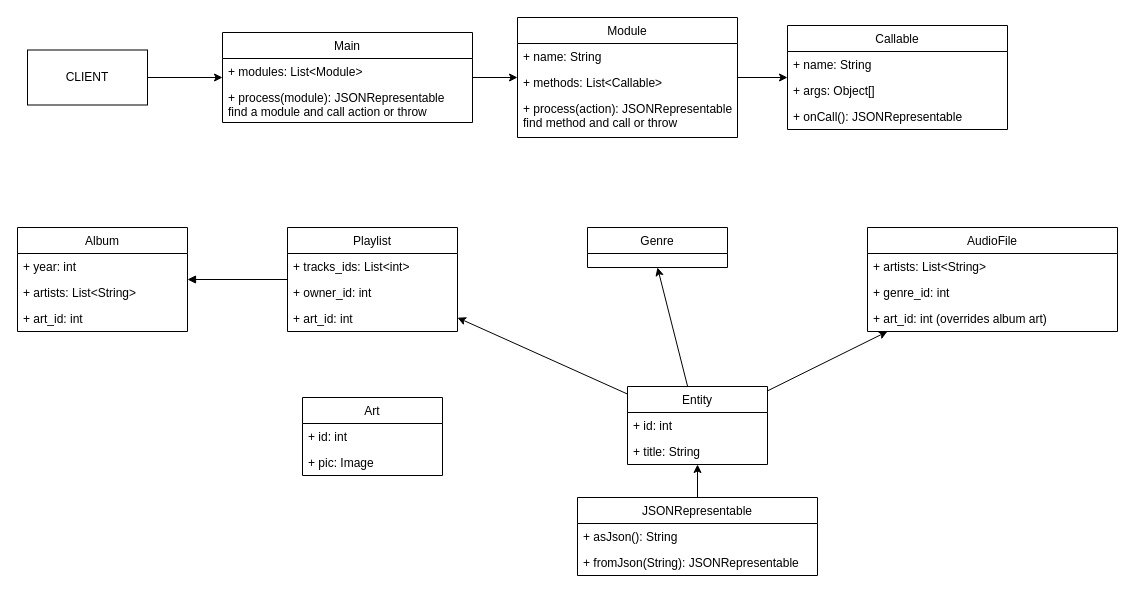
Before: documentation/Server Entities.drawio in sampletext32/mega-kursach, a draw.io diagram. Source tidied: cells renumbered, new cells numbered last; positions are measured from the earlier drawing's top-left corner, leaving out a move shared by most shapes. Both pictures are drawn from the tidied source at 100%, with x=0, y=0 at pixel (17, 17).
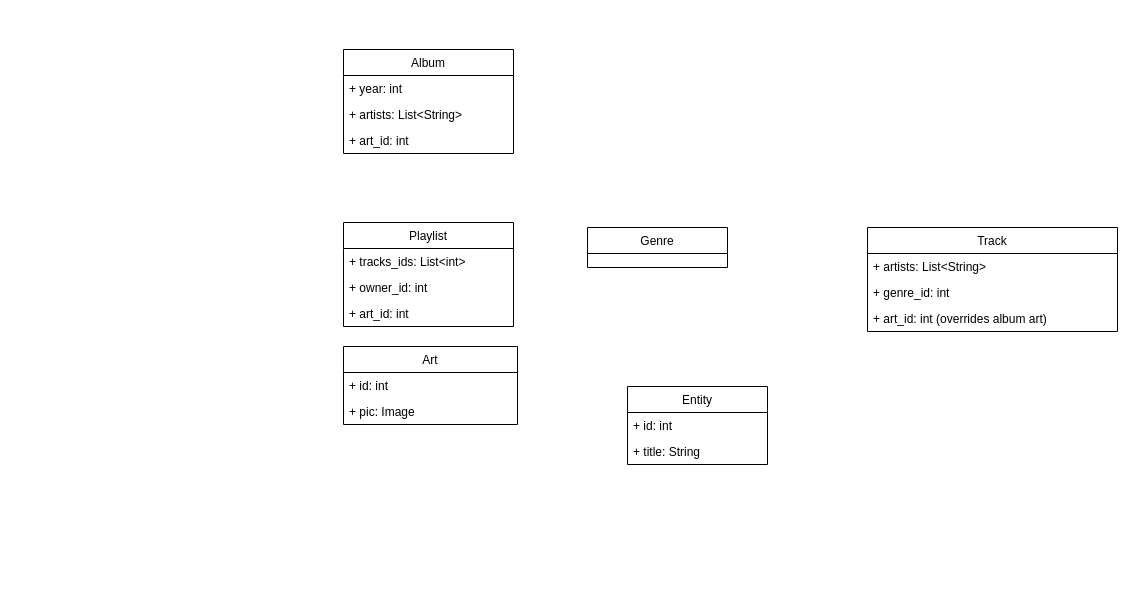
Above is the later version.

The change refers to these unchanged cells:
```xml
<mxCell id="9" value="Entity" style="swimlane;fontStyle=0;horizontal=1;startSize=26;fillColor=none;" parent="1" vertex="1">
  <mxGeometry x="610" y="369" width="140" height="78" as="geometry" />
</mxCell>
<mxCell id="21" value="Genre" style="swimlane;fontStyle=0;horizontal=1;startSize=26;fillColor=none;" parent="1" vertex="1">
  <mxGeometry x="570" y="210" width="140" height="40" as="geometry" />
</mxCell>
```

Diff of the diagram source:
```diff
@@
-    <mxCell id="2" style="rounded=0;jettySize=auto;html=1;entryX=0.5;entryY=1;entryDx=0;entryDy=0;" parent="1" edge="1" source="9" target="21">
-      <mxGeometry relative="1" as="geometry" />
-    </mxCell>
-    <mxCell id="3" style="edgeStyle=none;rounded=0;jettySize=auto;html=1;" parent="1" edge="1" source="9" target="5">
-      <mxGeometry relative="1" as="geometry" />
-    </mxCell>
-    <mxCell id="4" style="edgeStyle=none;rounded=0;jettySize=auto;html=1;" parent="1" edge="1" source="9" target="22">
-      <mxGeometry relative="1" as="geometry" />
-    </mxCell>
-    <mxCell id="5" value="Playlist" style="swimlane;fontStyle=0;horizontal=1;startSize=26;fillColor=none;" parent="1" vertex="1">
-      <mxGeometry x="270" y="210" width="170" height="104" as="geometry" />
-    </mxCell>
-    <mxCell id="6" value="+ tracks_ids: List&lt;int&gt;" style="text;strokeColor=none;fillColor=none;align=left;verticalAlign=top;spacingLeft=4;spacingRight=4;overflow=hidden;" parent="5" vertex="1">
-      <mxGeometry y="26" width="170" height="26" as="geometry" />
-    </mxCell>
-    <mxCell id="7" value="+ owner_id: int" style="text;strokeColor=none;fillColor=none;align=left;verticalAlign=top;spacingLeft=4;spacingRight=4;overflow=hidden;" parent="5" vertex="1">
-      <mxGeometry y="52" width="170" height="26" as="geometry" />
-    </mxCell>
-    <mxCell id="8" value="+ art_id: int" style="text;strokeColor=none;fillColor=none;align=left;verticalAlign=top;spacingLeft=4;spacingRight=4;overflow=hidden;" parent="5" vertex="1">
-      <mxGeometry y="78" width="170" height="26" as="geometry" />
-    </mxCell>
@@
-    <mxCell id="12" style="endArrow=block;endFill=1;html=1;align=left;verticalAlign=top;" parent="1" edge="1" source="5" target="17">
-      <mxGeometry x="-1" relative="1" as="geometry" />
-    </mxCell>
-    <mxCell id="13" style="html=1;align=left;verticalAlign=bottom;labelBackgroundColor=#ffffff;fontSize=10;" parent="12" vertex="1">
-      <mxGeometry x="-1" relative="1" as="geometry" />
-    </mxCell>
-    <mxCell id="14" value="Art" style="swimlane;fontStyle=0;horizontal=1;startSize=26;fillColor=none;" parent="1" vertex="1">
-      <mxGeometry x="285" y="380" width="140" height="78" as="geometry" />
-    </mxCell>
-    <mxCell id="15" value="+ id: int" style="text;strokeColor=none;fillColor=none;align=left;verticalAlign=top;spacingLeft=4;spacingRight=4;overflow=hidden;" parent="14" vertex="1">
-      <mxGeometry y="26" width="140" height="26" as="geometry" />
-    </mxCell>
-    <mxCell id="16" value="+ pic: Image" style="text;strokeColor=none;fillColor=none;align=left;verticalAlign=top;spacingLeft=4;spacingRight=4;overflow=hidden;" parent="14" vertex="1">
-      <mxGeometry y="52" width="140" height="26" as="geometry" />
-    </mxCell>
-    <mxCell id="17" value="Album" style="swimlane;fontStyle=0;horizontal=1;startSize=26;fillColor=none;" parent="1" vertex="1">
-      <mxGeometry y="210" width="170" height="104" as="geometry" />
-    </mxCell>
-    <mxCell id="18" value="+ year: int" style="text;strokeColor=none;fillColor=none;align=left;verticalAlign=top;spacingLeft=4;spacingRight=4;overflow=hidden;" parent="17" vertex="1">
-      <mxGeometry y="26" width="170" height="26" as="geometry" />
-    </mxCell>
-    <mxCell id="19" value="+ artists: List&lt;String&gt;" style="text;strokeColor=none;fillColor=none;align=left;verticalAlign=top;spacingLeft=4;spacingRight=4;overflow=hidden;" parent="17" vertex="1">
-      <mxGeometry y="52" width="170" height="26" as="geometry" />
-    </mxCell>
-    <mxCell id="20" value="+ art_id: int" style="text;strokeColor=none;fillColor=none;align=left;verticalAlign=top;spacingLeft=4;spacingRight=4;overflow=hidden;" parent="17" vertex="1">
-      <mxGeometry y="78" width="170" height="26" as="geometry" />
-    </mxCell>
@@
-    <mxCell id="22" value="AudioFile" style="swimlane;fontStyle=0;horizontal=1;startSize=26;fillColor=none;" parent="1" vertex="1">
+    <mxCell id="22" value="Track" style="swimlane;fontStyle=0;horizontal=1;startSize=26;fillColor=none;" parent="1" vertex="1">
       <mxGeometry x="850" y="210" width="250" height="104" as="geometry" />
     </mxCell>
@@
-    <mxCell id="26" style="edgeStyle=orthogonalEdgeStyle;rounded=0;jettySize=auto;html=1;" parent="1" edge="1" source="27" target="34">
-      <mxGeometry relative="1" as="geometry" />
-    </mxCell>
-    <mxCell id="27" value="CLIENT" style="rounded=0;whiteSpace=wrap;html=1;" parent="1" vertex="1">
-      <mxGeometry x="10" y="32.5" width="120" height="55" as="geometry" />
-    </mxCell>
-    <mxCell id="28" style="edgeStyle=orthogonalEdgeStyle;rounded=0;jettySize=auto;html=1;exitX=0.5;exitY=0;exitDx=0;exitDy=0;" parent="1" edge="1" source="29" target="9">
-      <mxGeometry relative="1" as="geometry" />
-    </mxCell>
-    <mxCell id="29" value="JSONRepresentable" style="swimlane;fontStyle=0;horizontal=1;startSize=26;fillColor=none;" parent="1" vertex="1">
-      <mxGeometry x="560" y="480" width="240" height="78" as="geometry" />
-    </mxCell>
-    <mxCell id="30" value="+ asJson(): String" style="text;strokeColor=none;fillColor=none;align=left;verticalAlign=top;spacingLeft=4;spacingRight=4;overflow=hidden;" parent="29" vertex="1">
-      <mxGeometry y="26" width="240" height="26" as="geometry" />
-    </mxCell>
-    <mxCell id="31" value="+ fromJson(String): JSONRepresentable" style="text;strokeColor=none;fillColor=none;align=left;verticalAlign=top;spacingLeft=4;spacingRight=4;overflow=hidden;" parent="29" vertex="1">
-      <mxGeometry y="52" width="240" height="26" as="geometry" />
-    </mxCell>
-    <mxCell id="32" style="edgeStyle=orthogonalEdgeStyle;rounded=0;jettySize=auto;html=1;" parent="1" edge="1" source="34" target="37">
-      <mxGeometry relative="1" as="geometry" />
-    </mxCell>
-    <mxCell id="33" style="edgeStyle=orthogonalEdgeStyle;rounded=0;jettySize=auto;html=1;" parent="1" edge="1" source="37" target="41">
-      <mxGeometry relative="1" as="geometry" />
-    </mxCell>
-    <mxCell id="34" value="Main" style="swimlane;fontStyle=0;horizontal=1;startSize=26;fillColor=none;" parent="1" vertex="1">
-      <mxGeometry x="205" y="15" width="250" height="90" as="geometry" />
-    </mxCell>
-    <mxCell id="35" value="+ modules: List&lt;Module&gt;" style="text;strokeColor=none;fillColor=none;align=left;verticalAlign=top;spacingLeft=4;spacingRight=4;overflow=hidden;" parent="34" vertex="1">
-      <mxGeometry y="26" width="250" height="26" as="geometry" />
-    </mxCell>
-    <mxCell id="36" value="+ process(module): JSONRepresentable&#10;find a module and call action or throw" style="text;strokeColor=none;fillColor=none;align=left;verticalAlign=top;spacingLeft=4;spacingRight=4;overflow=hidden;" parent="34" vertex="1">
-      <mxGeometry y="52" width="250" height="38" as="geometry" />
-    </mxCell>
-    <mxCell id="37" value="Module" style="swimlane;fontStyle=0;horizontal=1;startSize=26;fillColor=none;" parent="1" vertex="1">
-      <mxGeometry x="500" width="220" height="120" as="geometry" />
-    </mxCell>
-    <mxCell id="38" value="+ name: String" style="text;strokeColor=none;fillColor=none;align=left;verticalAlign=top;spacingLeft=4;spacingRight=4;overflow=hidden;" parent="37" vertex="1">
-      <mxGeometry y="26" width="220" height="26" as="geometry" />
-    </mxCell>
-    <mxCell id="39" value="+ methods: List&lt;Callable&gt;" style="text;strokeColor=none;fillColor=none;align=left;verticalAlign=top;spacingLeft=4;spacingRight=4;overflow=hidden;" parent="37" vertex="1">
-      <mxGeometry y="52" width="220" height="26" as="geometry" />
-    </mxCell>
-    <mxCell id="40" value="+ process(action): JSONRepresentable&#10;find method and call or throw" style="text;strokeColor=none;fillColor=none;align=left;verticalAlign=top;spacingLeft=4;spacingRight=4;overflow=hidden;" parent="37" vertex="1">
-      <mxGeometry y="78" width="220" height="42" as="geometry" />
-    </mxCell>
-    <mxCell id="41" value="Callable" style="swimlane;fontStyle=0;horizontal=1;startSize=26;fillColor=none;" parent="1" vertex="1">
-      <mxGeometry x="770" y="8" width="220" height="104" as="geometry" />
-    </mxCell>
-    <mxCell id="42" value="+ name: String" style="text;strokeColor=none;fillColor=none;align=left;verticalAlign=top;spacingLeft=4;spacingRight=4;overflow=hidden;" parent="41" vertex="1">
-      <mxGeometry y="26" width="220" height="26" as="geometry" />
-    </mxCell>
-    <mxCell id="43" value="+ args: Object[]" style="text;strokeColor=none;fillColor=none;align=left;verticalAlign=top;spacingLeft=4;spacingRight=4;overflow=hidden;" parent="41" vertex="1">
-      <mxGeometry y="52" width="220" height="26" as="geometry" />
-    </mxCell>
-    <mxCell id="44" value="+ onCall(): JSONRepresentable" style="text;strokeColor=none;fillColor=none;align=left;verticalAlign=top;spacingLeft=4;spacingRight=4;overflow=hidden;" parent="41" vertex="1">
-      <mxGeometry y="78" width="220" height="26" as="geometry" />
-    </mxCell>
+    <mxCell id="5" value="Playlist" style="swimlane;fontStyle=0;horizontal=1;startSize=26;fillColor=none;" parent="1" vertex="1">
+      <mxGeometry x="326" y="205" width="170" height="104" as="geometry" />
+    </mxCell>
+    <mxCell id="6" value="+ tracks_ids: List&lt;int&gt;" style="text;strokeColor=none;fillColor=none;align=left;verticalAlign=top;spacingLeft=4;spacingRight=4;overflow=hidden;" parent="5" vertex="1">
+      <mxGeometry y="26" width="170" height="26" as="geometry" />
+    </mxCell>
+    <mxCell id="7" value="+ owner_id: int" style="text;strokeColor=none;fillColor=none;align=left;verticalAlign=top;spacingLeft=4;spacingRight=4;overflow=hidden;" parent="5" vertex="1">
+      <mxGeometry y="52" width="170" height="26" as="geometry" />
+    </mxCell>
+    <mxCell id="8" value="+ art_id: int" style="text;strokeColor=none;fillColor=none;align=left;verticalAlign=top;spacingLeft=4;spacingRight=4;overflow=hidden;" parent="5" vertex="1">
+      <mxGeometry y="78" width="170" height="26" as="geometry" />
+    </mxCell>
+    <mxCell id="17" value="Album" style="swimlane;fontStyle=0;horizontal=1;startSize=26;fillColor=none;" parent="1" vertex="1">
+      <mxGeometry x="326" y="32" width="170" height="104" as="geometry" />
+    </mxCell>
+    <mxCell id="18" value="+ year: int" style="text;strokeColor=none;fillColor=none;align=left;verticalAlign=top;spacingLeft=4;spacingRight=4;overflow=hidden;" parent="17" vertex="1">
+      <mxGeometry y="26" width="170" height="26" as="geometry" />
+    </mxCell>
+    <mxCell id="19" value="+ artists: List&lt;String&gt;" style="text;strokeColor=none;fillColor=none;align=left;verticalAlign=top;spacingLeft=4;spacingRight=4;overflow=hidden;" parent="17" vertex="1">
+      <mxGeometry y="52" width="170" height="26" as="geometry" />
+    </mxCell>
+    <mxCell id="20" value="+ art_id: int" style="text;strokeColor=none;fillColor=none;align=left;verticalAlign=top;spacingLeft=4;spacingRight=4;overflow=hidden;" parent="17" vertex="1">
+      <mxGeometry y="78" width="170" height="26" as="geometry" />
+    </mxCell>
+    <mxCell id="14" value="Art" style="swimlane;fontStyle=0;horizontal=1;startSize=26;fillColor=none;" parent="1" vertex="1">
+      <mxGeometry x="326" y="329" width="174" height="78" as="geometry" />
+    </mxCell>
+    <mxCell id="15" value="+ id: int" style="text;strokeColor=none;fillColor=none;align=left;verticalAlign=top;spacingLeft=4;spacingRight=4;overflow=hidden;" parent="14" vertex="1">
+      <mxGeometry y="26" width="174" height="26" as="geometry" />
+    </mxCell>
+    <mxCell id="16" value="+ pic: Image" style="text;strokeColor=none;fillColor=none;align=left;verticalAlign=top;spacingLeft=4;spacingRight=4;overflow=hidden;" parent="14" vertex="1">
+      <mxGeometry y="52" width="174" height="26" as="geometry" />
+    </mxCell>
```
